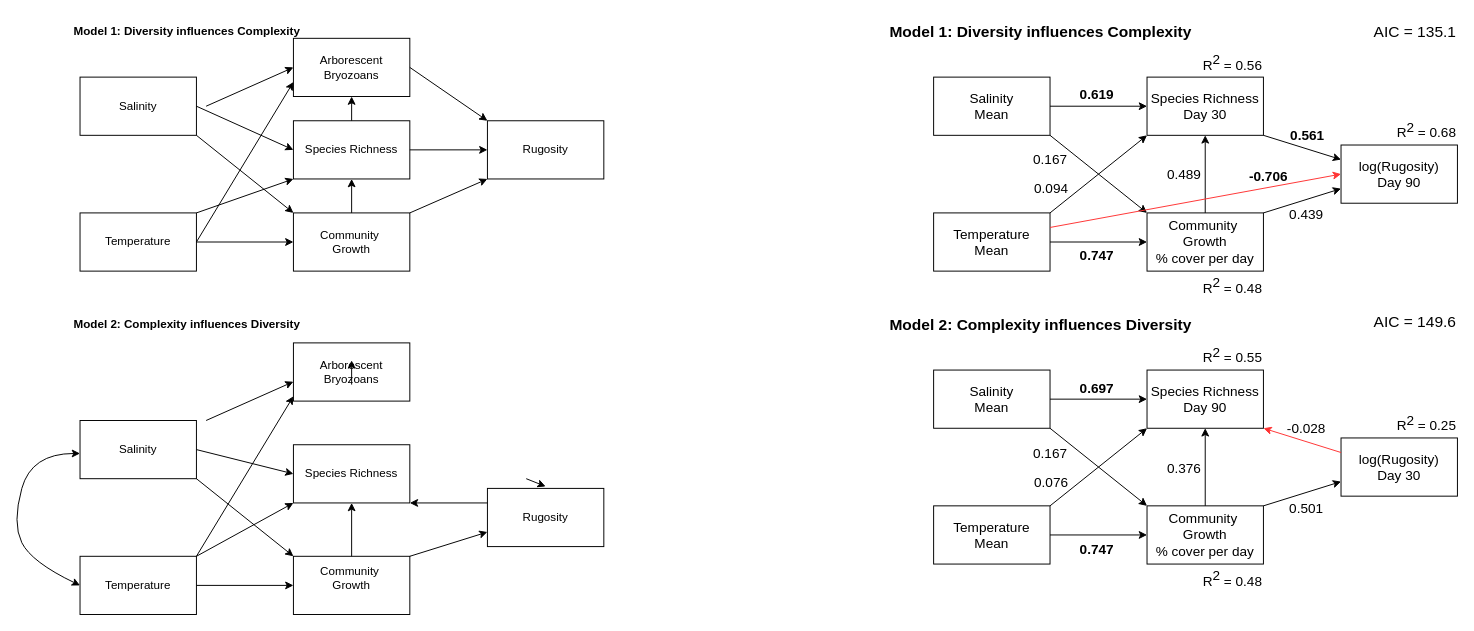
Above: sem/Panels SEM.drawio in mawhal/panels-complexity (draw.io), before the change. Source tidied: cells renumbered, new cells numbered last; positions are measured from the earlier drawing's top-left corner, leaving out a move shared by most shapes. Both pictures are drawn from the tidied source at 97%, with x=0, y=0 at pixel (12, 16).
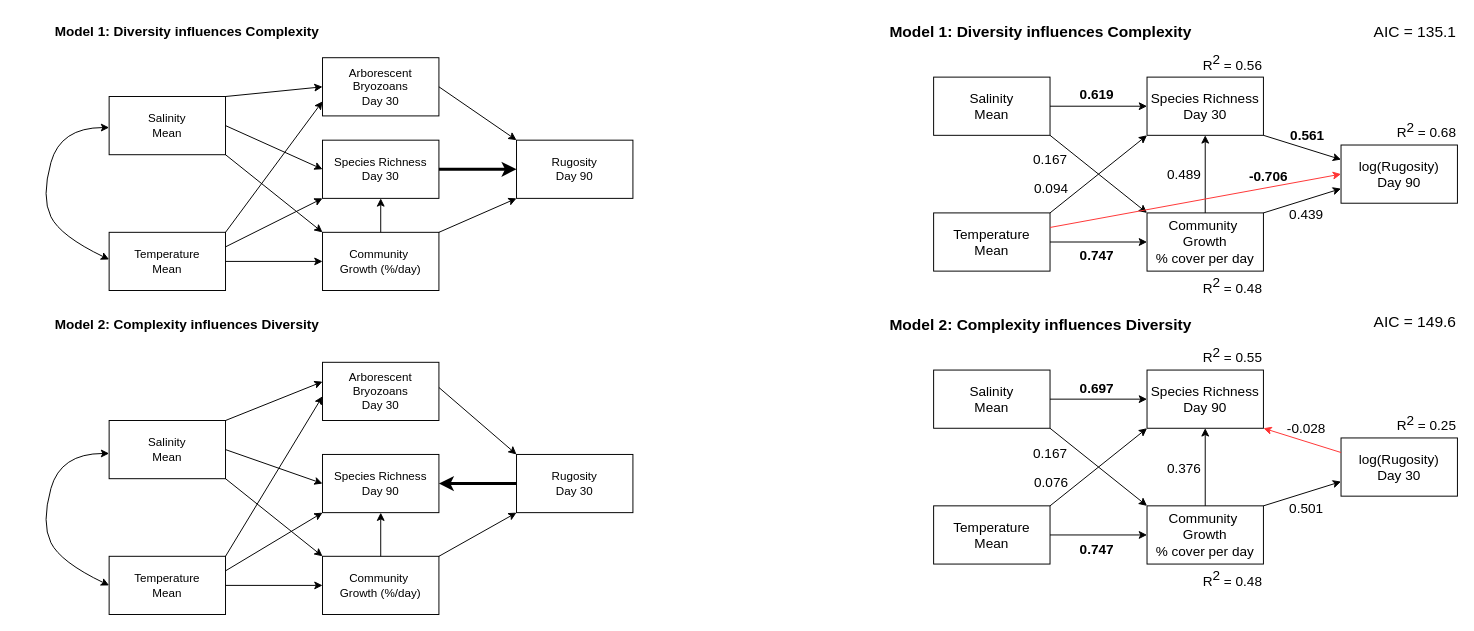
The same diagram, later.

What changed in the source:
```diff
@@
-    <mxCell id="2" value="Salinity" style="rounded=0;whiteSpace=wrap;html=1;" parent="1" vertex="1">
-      <mxGeometry x="70" y="62" width="120" height="60" as="geometry" />
+    <mxCell id="2" value="Salinity&lt;div&gt;Mean&lt;/div&gt;" style="rounded=0;whiteSpace=wrap;html=1;" parent="1" vertex="1">
+      <mxGeometry x="100" y="82" width="120" height="60" as="geometry" />
     </mxCell>
-    <mxCell id="3" value="Community&amp;nbsp;&lt;div&gt;Growth&lt;/div&gt;" style="whiteSpace=wrap;html=1;rounded=0;" parent="1" vertex="1">
-      <mxGeometry x="290" y="202" width="120" height="60" as="geometry" />
+    <mxCell id="3" value="Community&amp;nbsp;&lt;div&gt;Growth (%/day)&lt;/div&gt;" style="whiteSpace=wrap;html=1;rounded=0;" parent="1" vertex="1">
+      <mxGeometry x="320" y="222" width="120" height="60" as="geometry" />
     </mxCell>
-    <mxCell id="4" value="Species Richness" style="whiteSpace=wrap;html=1;rounded=0;" parent="1" vertex="1">
-      <mxGeometry x="290" y="107" width="120" height="60" as="geometry" />
+    <mxCell id="4" value="Species Richness&lt;div&gt;Day 30&lt;/div&gt;" style="whiteSpace=wrap;html=1;rounded=0;" parent="1" vertex="1">
+      <mxGeometry x="320" y="127" width="120" height="60" as="geometry" />
     </mxCell>
@@
-    <mxCell id="6" value="Temperature" style="rounded=0;whiteSpace=wrap;html=1;" parent="1" vertex="1">
-      <mxGeometry x="70" y="202" width="120" height="60" as="geometry" />
+    <mxCell id="6" value="Temperature&lt;div&gt;Mean&lt;/div&gt;" style="rounded=0;whiteSpace=wrap;html=1;" parent="1" vertex="1">
+      <mxGeometry x="100" y="222" width="120" height="60" as="geometry" />
     </mxCell>
-    <mxCell id="7" value="Rugosity" style="whiteSpace=wrap;html=1;rounded=0;" parent="1" vertex="1">
-      <mxGeometry x="490" y="107" width="120" height="60" as="geometry" />
+    <mxCell id="7" value="Rugosity&lt;div&gt;Day 90&lt;/div&gt;" style="whiteSpace=wrap;html=1;rounded=0;" parent="1" vertex="1">
+      <mxGeometry x="520" y="127" width="120" height="60" as="geometry" />
     </mxCell>
-    <mxCell id="8" style="endArrow=classic;html=1;rounded=0;entryX=0;entryY=0.5;entryDx=0;entryDy=0;exitX=1;exitY=0.5;exitDx=0;exitDy=0;" parent="1" edge="1" source="4" target="7">
+    <mxCell id="8" style="endArrow=classic;html=1;rounded=0;entryX=0;entryY=0.5;entryDx=0;entryDy=0;exitX=1;exitY=0.5;exitDx=0;exitDy=0;strokeWidth=3;" parent="1" edge="1" source="4" target="7">
       <mxGeometry relative="1" as="geometry" />
     </mxCell>
-    <mxCell id="9" style="endArrow=classic;html=1;rounded=0;entryX=0;entryY=1;entryDx=0;entryDy=0;exitX=1;exitY=0;exitDx=0;exitDy=0;" parent="1" edge="1" source="6" target="4">
+    <mxCell id="9" style="endArrow=classic;html=1;rounded=0;entryX=0;entryY=1;entryDx=0;entryDy=0;exitX=1;exitY=0.25;exitDx=0;exitDy=0;" parent="1" edge="1" source="6" target="4">
       <mxGeometry relative="1" as="geometry" />
     </mxCell>
-    <mxCell id="10" style="endArrow=classic;html=1;rounded=0;exitX=1;exitY=0;exitDx=0;exitDy=0;entryX=0;entryY=0.75;entryDx=0;entryDy=0;" parent="1" edge="1">
+    <mxCell id="10" style="endArrow=classic;html=1;rounded=0;exitX=1;exitY=0;exitDx=0;exitDy=0;entryX=0;entryY=1;entryDx=0;entryDy=0;" parent="1" edge="1" target="18">
       <mxGeometry relative="1" as="geometry">
-        <mxPoint x="410" y="556" as="sourcePoint" />
-        <mxPoint x="490" y="531" as="targetPoint" />
+        <mxPoint x="440" y="556" as="sourcePoint" />
       </mxGeometry>
     </mxCell>
@@
-    <mxCell id="12" value="Model 1: Diversity influences Complexity" style="text;html=1;align=center;verticalAlign=middle;strokeColor=none;fillColor=none;fontStyle=1;" parent="1" vertex="1">
-      <mxGeometry x="60" width="240" height="30" as="geometry" />
+    <mxCell id="12" value="Model 1: Diversity influences Complexity" style="text;html=1;align=center;verticalAlign=middle;strokeColor=none;fillColor=none;fontStyle=1;fontSize=14;" parent="1" vertex="1">
+      <mxGeometry x="45" width="270" height="30" as="geometry" />
     </mxCell>
-    <mxCell id="13" value="Salinity" style="rounded=0;whiteSpace=wrap;html=1;" parent="1" vertex="1">
-      <mxGeometry x="70" y="416" width="120" height="60" as="geometry" />
+    <mxCell id="13" value="Salinity&lt;div&gt;Mean&lt;/div&gt;" style="rounded=0;whiteSpace=wrap;html=1;" parent="1" vertex="1">
+      <mxGeometry x="100" y="416" width="120" height="60" as="geometry" />
     </mxCell>
-    <mxCell id="14" value="Community&amp;nbsp;&lt;div&gt;Growth&lt;/div&gt;&lt;div&gt;&lt;br&gt;&lt;/div&gt;" style="whiteSpace=wrap;html=1;rounded=0;" parent="1" vertex="1">
-      <mxGeometry x="290" y="556" width="120" height="60" as="geometry" />
+    <mxCell id="14" value="Community&amp;nbsp;&lt;div&gt;Growth (%/day)&lt;/div&gt;" style="whiteSpace=wrap;html=1;rounded=0;" parent="1" vertex="1">
+      <mxGeometry x="320" y="556" width="120" height="60" as="geometry" />
     </mxCell>
-    <mxCell id="15" value="Species Richness" style="whiteSpace=wrap;html=1;rounded=0;" parent="1" vertex="1">
-      <mxGeometry x="290" y="441" width="120" height="60" as="geometry" />
+    <mxCell id="15" value="Species Richness&lt;div&gt;Day 90&lt;/div&gt;" style="whiteSpace=wrap;html=1;rounded=0;" parent="1" vertex="1">
+      <mxGeometry x="320" y="451" width="120" height="60" as="geometry" />
     </mxCell>
@@
-    <mxCell id="17" value="Temperature" style="rounded=0;whiteSpace=wrap;html=1;" parent="1" vertex="1">
-      <mxGeometry x="70" y="556" width="120" height="60" as="geometry" />
+    <mxCell id="17" value="Temperature&lt;div&gt;Mean&lt;/div&gt;" style="rounded=0;whiteSpace=wrap;html=1;" parent="1" vertex="1">
+      <mxGeometry x="100" y="556" width="120" height="60" as="geometry" />
     </mxCell>
-    <mxCell id="18" value="Rugosity" style="whiteSpace=wrap;html=1;rounded=0;" parent="1" vertex="1">
-      <mxGeometry x="490" y="486" width="120" height="60" as="geometry" />
+    <mxCell id="18" value="Rugosity&lt;div&gt;Day 30&lt;/div&gt;" style="whiteSpace=wrap;html=1;rounded=0;" parent="1" vertex="1">
+      <mxGeometry x="520" y="451" width="120" height="60" as="geometry" />
     </mxCell>
-    <mxCell id="19" style="endArrow=classic;html=1;rounded=0;entryX=1;entryY=1;entryDx=0;entryDy=0;exitX=0;exitY=0.25;exitDx=0;exitDy=0;" parent="1" edge="1" source="18" target="15">
+    <mxCell id="19" style="endArrow=classic;html=1;rounded=0;entryX=1;entryY=0.5;entryDx=0;entryDy=0;exitX=0;exitY=0.5;exitDx=0;exitDy=0;strokeWidth=3;" parent="1" edge="1" source="18" target="15">
       <mxGeometry relative="1" as="geometry" />
     </mxCell>
-    <mxCell id="20" style="endArrow=classic;html=1;rounded=0;entryX=0;entryY=1;entryDx=0;entryDy=0;exitX=1;exitY=0;exitDx=0;exitDy=0;" parent="1" edge="1" source="17" target="15">
+    <mxCell id="20" style="endArrow=classic;html=1;rounded=0;entryX=0;entryY=1;entryDx=0;entryDy=0;exitX=1;exitY=0.25;exitDx=0;exitDy=0;" parent="1" edge="1" source="17" target="15">
       <mxGeometry relative="1" as="geometry" />
     </mxCell>
@@
-    <mxCell id="22" value="Model 2: Complexity influences Diversity" style="text;html=1;align=center;verticalAlign=middle;strokeColor=none;fillColor=none;fontStyle=1;" parent="1" vertex="1">
-      <mxGeometry x="60" y="302" width="240" height="30" as="geometry" />
+    <mxCell id="22" value="Model 2: Complexity influences Diversity" style="text;html=1;align=center;verticalAlign=middle;strokeColor=none;fillColor=none;fontStyle=1;fontSize=14;" parent="1" vertex="1">
+      <mxGeometry x="45" y="302" width="270" height="30" as="geometry" />
     </mxCell>
@@
     <mxCell id="55" style="endArrow=classic;html=1;rounded=0;exitX=1;exitY=0;exitDx=0;exitDy=0;entryX=0;entryY=1;entryDx=0;entryDy=0;" parent="1" edge="1" target="7">
       <mxGeometry relative="1" as="geometry">
-        <mxPoint x="410" y="202" as="sourcePoint" />
+        <mxPoint x="440" y="222" as="sourcePoint" />
       </mxGeometry>
     </mxCell>
@@
-    <mxCell id="78" value="Arborescent Bryozoans" style="rounded=0;whiteSpace=wrap;html=1;" parent="1" vertex="1">
-      <mxGeometry x="290" y="22" width="120" height="60" as="geometry" />
+    <mxCell id="78" value="Arborescent Bryozoans&lt;div&gt;Day 30&lt;/div&gt;" style="rounded=0;whiteSpace=wrap;html=1;" parent="1" vertex="1">
+      <mxGeometry x="320" y="42" width="120" height="60" as="geometry" />
     </mxCell>
-    <mxCell id="79" value="Arborescent Bryozoans" style="rounded=0;whiteSpace=wrap;html=1;" parent="1" vertex="1">
-      <mxGeometry x="290" y="336" width="120" height="60" as="geometry" />
+    <mxCell id="79" value="Arborescent Bryozoans&lt;div&gt;Day 30&lt;/div&gt;" style="rounded=0;whiteSpace=wrap;html=1;" parent="1" vertex="1">
+      <mxGeometry x="320" y="356" width="120" height="60" as="geometry" />
     </mxCell>
@@
-    <mxCell id="81" style="endArrow=classic;html=1;rounded=0;entryX=0;entryY=0.5;entryDx=0;entryDy=0;" parent="1" edge="1" target="78">
-      <mxGeometry relative="1" as="geometry">
-        <mxPoint x="200" y="92" as="sourcePoint" />
-      </mxGeometry>
+    <mxCell id="81" style="endArrow=classic;html=1;rounded=0;entryX=0;entryY=0.5;entryDx=0;entryDy=0;exitX=1;exitY=0;exitDx=0;exitDy=0;" parent="1" edge="1" source="2" target="78">
+      <mxGeometry relative="1" as="geometry" />
     </mxCell>
-    <mxCell id="82" style="endArrow=classic;html=1;rounded=0;exitX=0.5;exitY=0;exitDx=0;exitDy=0;entryX=0.5;entryY=1;entryDx=0;entryDy=0;" parent="1" edge="1" source="4" target="78">
-      <mxGeometry relative="1" as="geometry" />
-    </mxCell>
-    <mxCell id="83" style="endArrow=classic;html=1;rounded=0;entryX=0;entryY=0.75;entryDx=0;entryDy=0;exitX=1;exitY=0.5;exitDx=0;exitDy=0;" parent="1" edge="1" source="6" target="78">
+    <mxCell id="83" style="endArrow=classic;html=1;rounded=0;entryX=0;entryY=0.75;entryDx=0;entryDy=0;exitX=1;exitY=0;exitDx=0;exitDy=0;" parent="1" edge="1" source="6" target="78">
       <mxGeometry relative="1" as="geometry" />
     </mxCell>
-    <mxCell id="84" style="endArrow=classic;html=1;rounded=0;exitX=1;exitY=0.5;exitDx=0;exitDy=0;" parent="1" edge="1">
-      <mxGeometry relative="1" as="geometry">
-        <mxPoint x="530" y="476" as="sourcePoint" />
-        <mxPoint x="550" y="484" as="targetPoint" />
-      </mxGeometry>
-    </mxCell>
-    <mxCell id="85" style="endArrow=classic;html=1;rounded=0;entryX=0;entryY=0.5;entryDx=0;entryDy=0;" parent="1" edge="1">
+    <mxCell id="85" style="endArrow=classic;html=1;rounded=0;entryX=0;entryY=0.5;entryDx=0;entryDy=0;exitX=1;exitY=0;exitDx=0;exitDy=0;" parent="1" edge="1" source="13">
       <mxGeometry relative="1" as="geometry">
-        <mxPoint x="200" y="416" as="sourcePoint" />
-        <mxPoint x="290" y="376" as="targetPoint" />
+        <mxPoint x="320" y="376" as="targetPoint" />
       </mxGeometry>
     </mxCell>
-    <mxCell id="86" style="endArrow=classic;html=1;rounded=0;exitX=0.5;exitY=0;exitDx=0;exitDy=0;entryX=0.5;entryY=1;entryDx=0;entryDy=0;" parent="1" edge="1">
-      <mxGeometry relative="1" as="geometry">
-        <mxPoint x="350" y="379" as="sourcePoint" />
-        <mxPoint x="350" y="354" as="targetPoint" />
-      </mxGeometry>
-    </mxCell>
     <mxCell id="87" style="endArrow=classic;html=1;rounded=0;entryX=0;entryY=0.75;entryDx=0;entryDy=0;exitX=1;exitY=0.5;exitDx=0;exitDy=0;" parent="1" edge="1">
       <mxGeometry relative="1" as="geometry">
-        <mxPoint x="190" y="556" as="sourcePoint" />
-        <mxPoint x="290" y="391" as="targetPoint" />
+        <mxPoint x="220" y="556" as="sourcePoint" />
+        <mxPoint x="320" y="391" as="targetPoint" />
       </mxGeometry>
     </mxCell>
     <mxCell id="88" style="curved=1;endArrow=classic;html=1;rounded=0;exitX=0;exitY=0.5;exitDx=0;exitDy=0;startArrow=classic;startFill=1;" parent="1" edge="1" source="17">
       <mxGeometry relative="1" as="geometry">
-        <mxPoint x="70" y="450" as="targetPoint" />
+        <mxPoint x="100" y="450" as="targetPoint" />
         <Array as="points">
-          <mxPoint x="20" y="562" />
-          <mxPoint y="522" />
-          <mxPoint x="20" y="450" />
+          <mxPoint x="50" y="562" />
+          <mxPoint x="30" y="522" />
+          <mxPoint x="50" y="450" />
         </Array>
       </mxGeometry>
     </mxCell>
+    <mxCell id="89" style="endArrow=classic;html=1;rounded=0;entryX=0;entryY=0;entryDx=0;entryDy=0;" parent="1" edge="1" target="18">
+      <mxGeometry relative="1" as="geometry">
+        <mxPoint x="440" y="382" as="sourcePoint" />
+      </mxGeometry>
+    </mxCell>
+    <mxCell id="90" style="curved=1;endArrow=classic;html=1;rounded=0;exitX=0;exitY=0.5;exitDx=0;exitDy=0;startArrow=classic;startFill=1;" parent="1" edge="1">
+      <mxGeometry relative="1" as="geometry">
+        <mxPoint x="100" y="250" as="sourcePoint" />
+        <mxPoint x="100" y="114" as="targetPoint" />
+        <Array as="points">
+          <mxPoint x="50" y="226" />
+          <mxPoint x="30" y="186" />
+          <mxPoint x="50" y="114" />
+        </Array>
+      </mxGeometry>
+    </mxCell>
```
